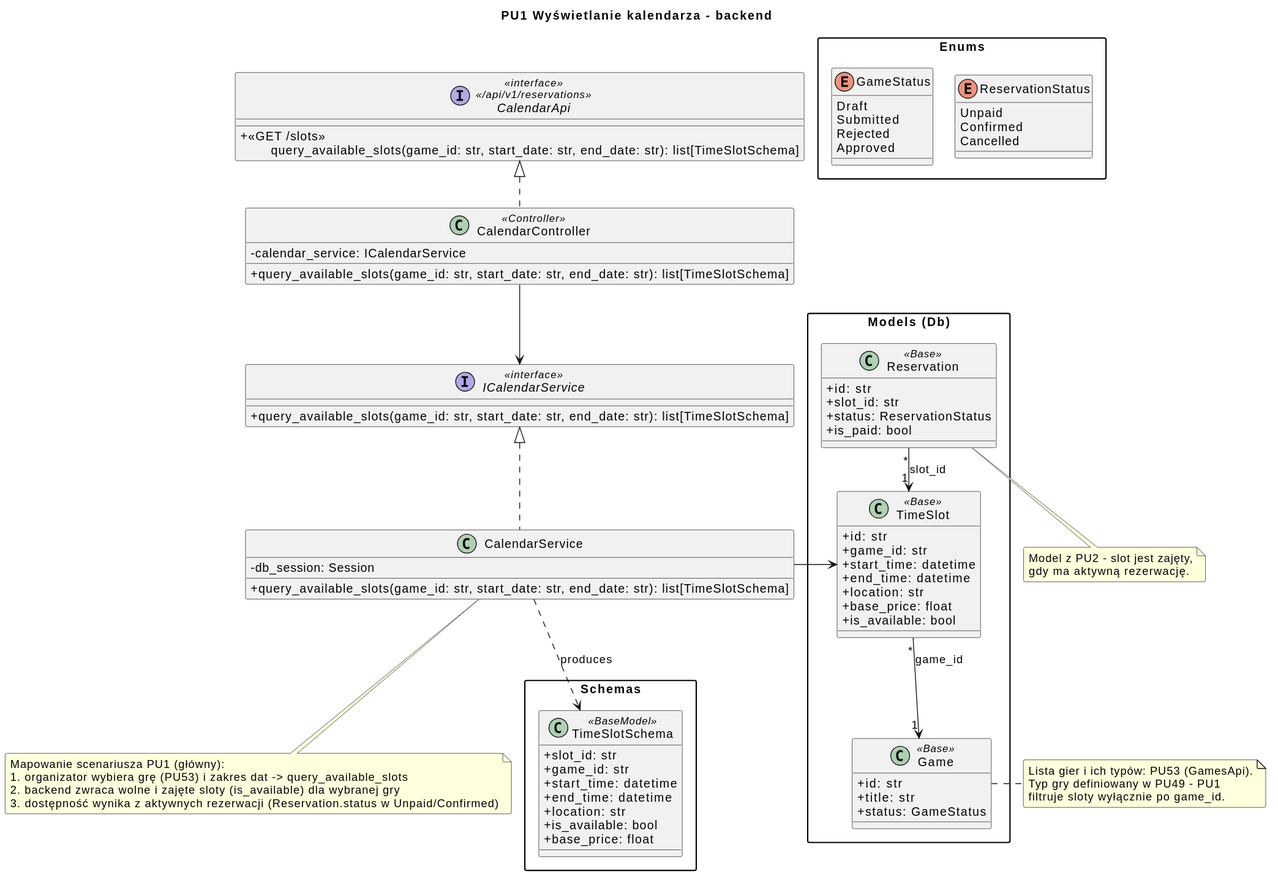
Earlier version of the PlantUML export diagrams/backend/rendered/calendar.svg (Igor-Ochocki/POP-2026Z). Its diagram source:
```plantuml
@startuml
skinparam classAttributeIconSize 0
skinparam packageStyle rectangle
skinparam shadowing false
skinparam roundcorner 4
skinparam nodesep 26
skinparam ranksep 34
skinparam linetype polyline

title PU1 Wyświetlanie kalendarza - backend

interface CalendarApi <<interface>>\n<< /api/v1/reservations >> {
    + <<GET /slots >>\n\tquery_available_slots(game_id: str, start_date: str, end_date: str): list[TimeSlotSchema]
}

class CalendarController <<Controller>> {
    - calendar_service: ICalendarService
    + query_available_slots(game_id: str, start_date: str, end_date: str): list[TimeSlotSchema]
}

interface ICalendarService <<interface>> {
    + query_available_slots(game_id: str, start_date: str, end_date: str): list[TimeSlotSchema]
}

class CalendarService {
    - db_session: Session
    + query_available_slots(game_id: str, start_date: str, end_date: str): list[TimeSlotSchema]
}

package "Schemas" {
    class TimeSlotSchema <<BaseModel>> {
        + slot_id: str
        + game_id: str
        + start_time: datetime
        + end_time: datetime
        + location: str
        + is_available: bool
        + base_price: float
    }
}

package "Models (Db)" as models {
    class Game <<Base>> {
        + id: str
        + title: str
        + status: GameStatus
    }

    class TimeSlot <<Base>> {
        + id: str
        + game_id: str
        + start_time: datetime
        + end_time: datetime
        + location: str
        + base_price: float
        + is_available: bool
    }

    class Reservation <<Base>> {
        + id: str
        + slot_id: str
        + status: ReservationStatus
        + is_paid: bool
    }
}

package "Enums" {
    enum GameStatus {
        Draft
        Submitted
        Rejected
        Approved
    }

    enum ReservationStatus {
        Unpaid
        Confirmed
        Cancelled
    }
}

CalendarController .up.|> CalendarApi
CalendarController --> ICalendarService

CalendarService .up.|> ICalendarService
CalendarService ..> TimeSlotSchema : produces
CalendarService -right-> TimeSlot

TimeSlot "*" --> "1" Game : game_id
Reservation "*" --> "1" TimeSlot : slot_id

note bottom of CalendarService
    Mapowanie scenariusza PU1 (główny):
    1. organizator wybiera grę (PU53) i zakres dat -> query_available_slots
    2. backend zwraca wolne i zajęte sloty (is_available) dla wybranej gry
    3. dostępność wynika z aktywnych rezerwacji (Reservation.status w Unpaid/Confirmed)
end note

note right of Game
    Lista gier i ich typów: PU53 (GamesApi).
    Typ gry definiowany w PU49 - PU1
    filtruje sloty wyłącznie po game_id.
end note

note bottom of Reservation
    Model z PU2 - slot jest zajęty,
    gdy ma aktywną rezerwację.
end note
@enduml
```
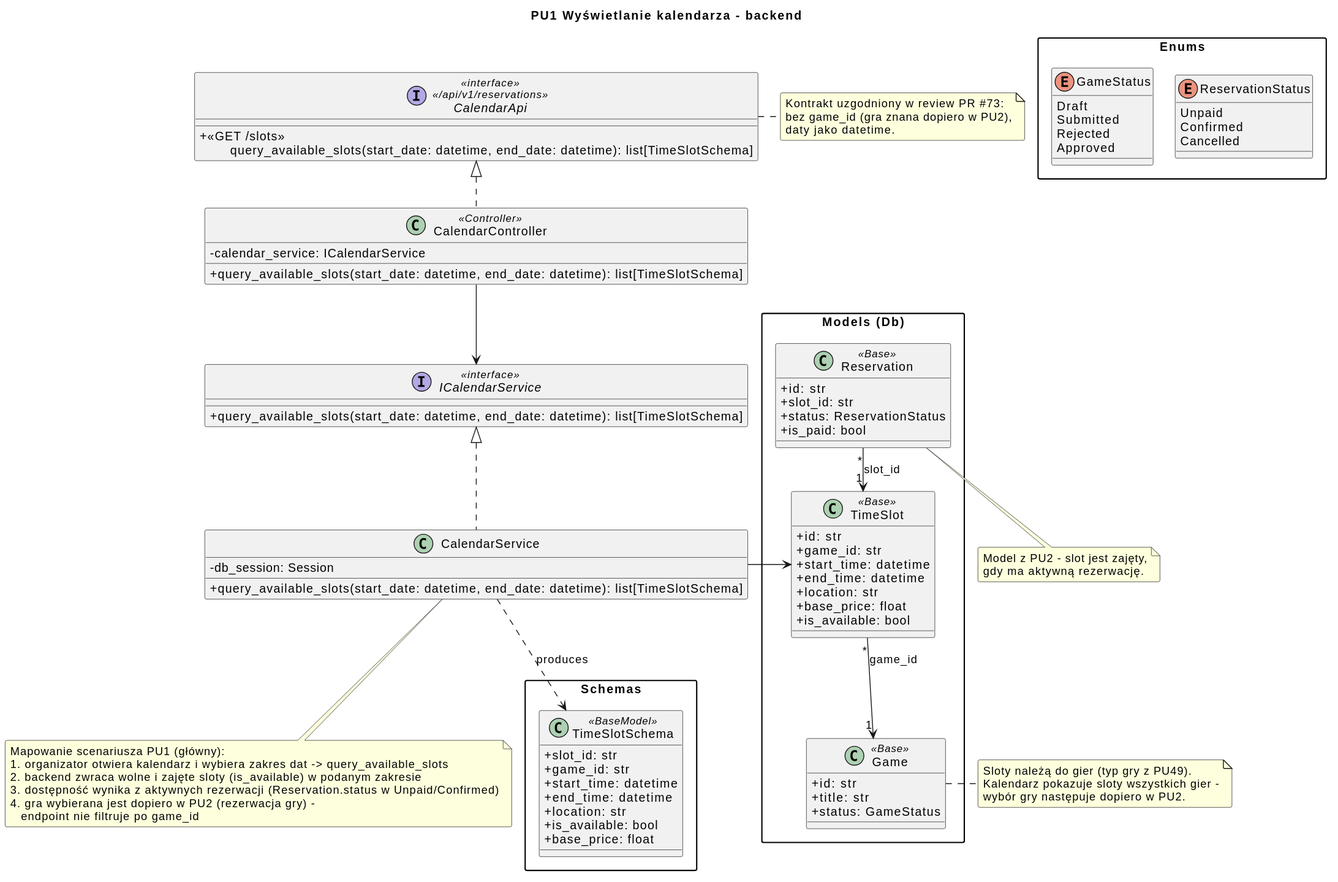
The same file after the commit.

Commit message:
PU1: query_available_slots bez game_id, daty jako datetime (review)

Diff of the diagram source:
```diff
@@ -10,21 +10,21 @@
 title PU1 Wyświetlanie kalendarza - backend
 
 interface CalendarApi <<interface>>\n<< /api/v1/reservations >> {
-    + <<GET /slots >>\n\tquery_available_slots(game_id: str, start_date: str, end_date: str): list[TimeSlotSchema]
+    + <<GET /slots >>\n\tquery_available_slots(start_date: datetime, end_date: datetime): list[TimeSlotSchema]
 }
 
 class CalendarController <<Controller>> {
     - calendar_service: ICalendarService
-    + query_available_slots(game_id: str, start_date: str, end_date: str): list[TimeSlotSchema]
+    + query_available_slots(start_date: datetime, end_date: datetime): list[TimeSlotSchema]
 }
 
 interface ICalendarService <<interface>> {
-    + query_available_slots(game_id: str, start_date: str, end_date: str): list[TimeSlotSchema]
+    + query_available_slots(start_date: datetime, end_date: datetime): list[TimeSlotSchema]
 }
 
 class CalendarService {
     - db_session: Session
-    + query_available_slots(game_id: str, start_date: str, end_date: str): list[TimeSlotSchema]
+    + query_available_slots(start_date: datetime, end_date: datetime): list[TimeSlotSchema]
 }
 
 package "Schemas" {
@@ -91,15 +91,23 @@
 
 note bottom of CalendarService
     Mapowanie scenariusza PU1 (główny):
-    1. organizator wybiera grę (PU53) i zakres dat -> query_available_slots
-    2. backend zwraca wolne i zajęte sloty (is_available) dla wybranej gry
+    1. organizator otwiera kalendarz i wybiera zakres dat -> query_available_slots
+    2. backend zwraca wolne i zajęte sloty (is_available) w podanym zakresie
     3. dostępność wynika z aktywnych rezerwacji (Reservation.status w Unpaid/Confirmed)
+    4. gra wybierana jest dopiero w PU2 (rezerwacja gry) -
+       endpoint nie filtruje po game_id
+end note
+
+note right of CalendarApi
+    Kontrakt uzgodniony w review PR #73:
+    bez game_id (gra znana dopiero w PU2),
+    daty jako datetime.
 end note
 
 note right of Game
-    Lista gier i ich typów: PU53 (GamesApi).
-    Typ gry definiowany w PU49 - PU1
-    filtruje sloty wyłącznie po game_id.
+    Sloty należą do gier (typ gry z PU49).
+    Kalendarz pokazuje sloty wszystkich gier -
+    wybór gry następuje dopiero w PU2.
 end note
 
 note bottom of Reservation
```
